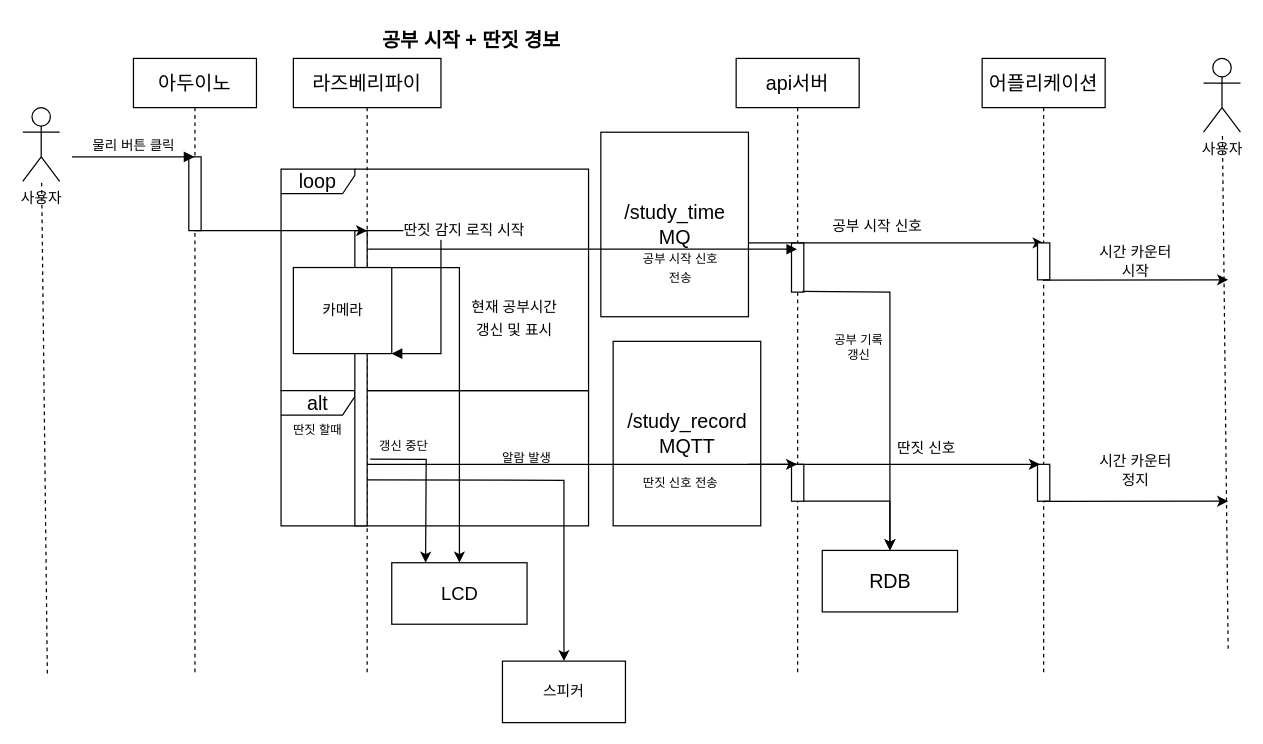
Above: page "공부 시작+딴짓 경보" (3 of 12) of doc/UML.drawio in veryneuron/study_mate_project (draw.io), before the change. Source tidied: cells renumbered, new cells numbered last; positions are measured from the earlier drawing's top-left corner, leaving out a move shared by most shapes. Both pictures are drawn from the tidied source at 123%, with x=0, y=0 at pixel (22, 21).
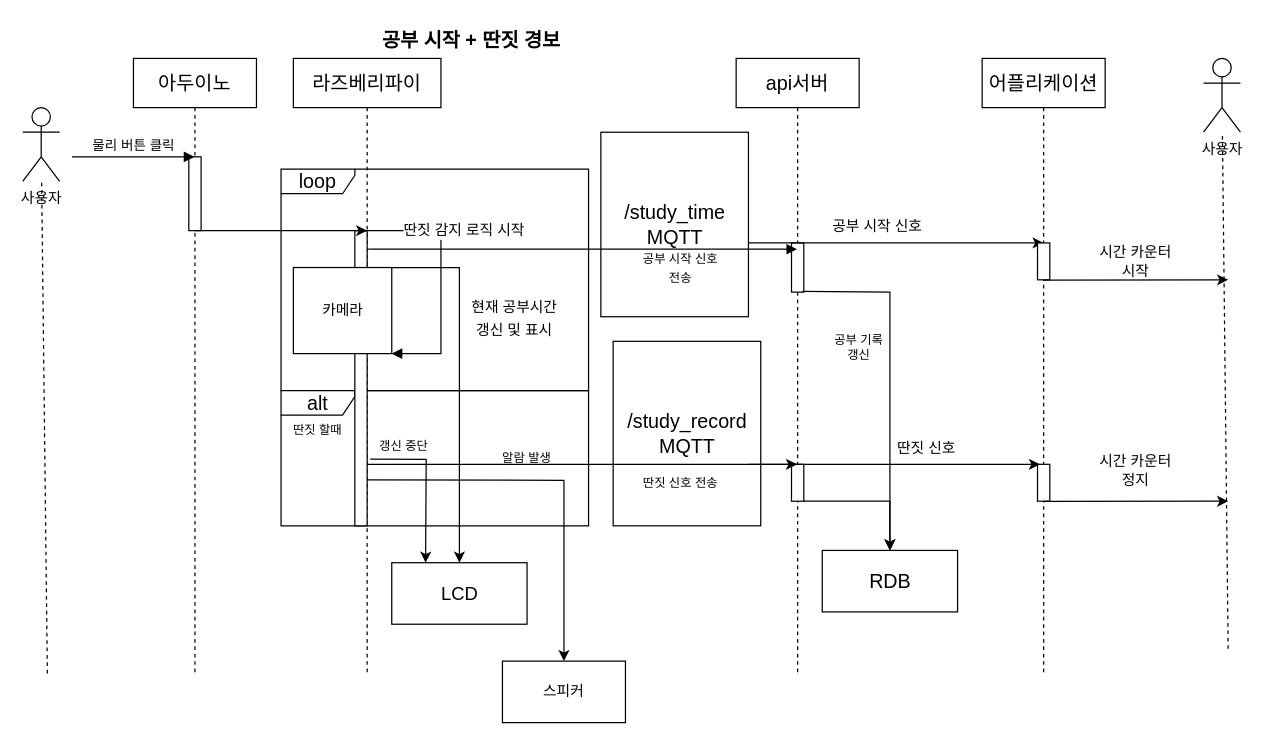
Above is the later version.

What changed in the source:
```diff
@@
-    <mxCell id="2" value="/study_time&lt;br&gt;MQ" style="html=1;fontSize=16;" parent="1" vertex="1">
+    <mxCell id="2" value="/study_time&lt;br&gt;MQTT" style="html=1;fontSize=16;" parent="1" vertex="1">
       <mxGeometry x="470" y="90" width="120" height="150" as="geometry" />
     </mxCell>
```
